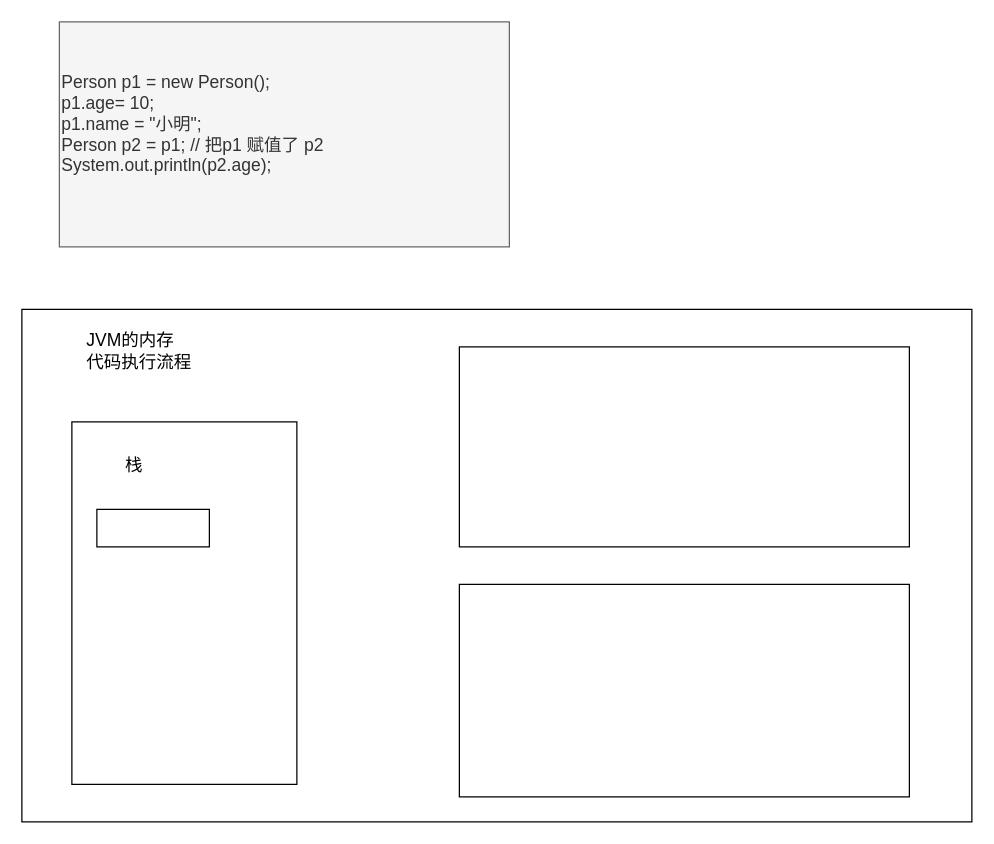
jiaong/image keeps this draw.io diagram as Pictures/类与对象.drawio. Above is the earlier version. Source tidied: cells renumbered, new cells numbered last; positions are measured from the earlier drawing's top-left corner, leaving out a move shared by most shapes. Both pictures are drawn from the tidied source at 125%, with x=0, y=0 at pixel (21, 21).
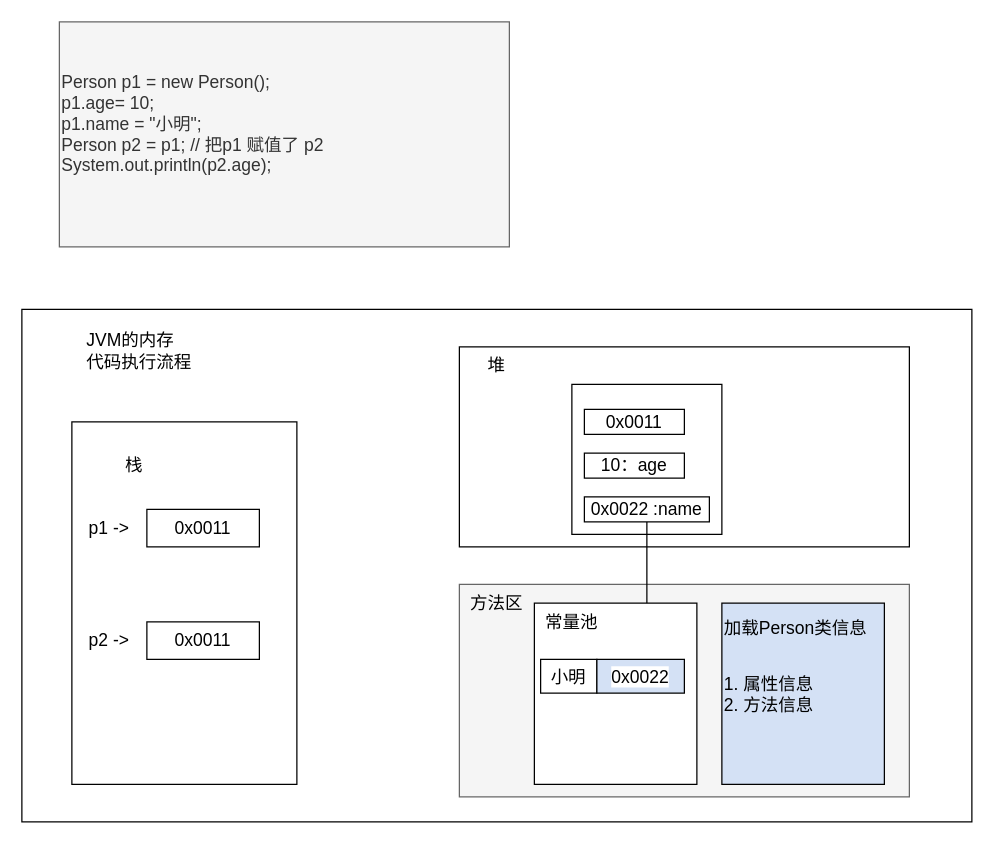
After the change.

Commit message:
更新类与对象.drawio

What changed in the source:
```diff
@@
-    <mxCell id="6" style="rounded=0;whiteSpace=wrap;html=1;fontSize=14;" parent="1" vertex="1">
+    <mxCell id="6" style="rounded=0;whiteSpace=wrap;html=1;fontSize=14;fillColor=#f5f5f5;fontColor=#333333;strokeColor=#666666;" parent="1" vertex="1">
       <mxGeometry x="350" y="450" width="360" height="170" as="geometry" />
     </mxCell>
@@
-    <mxCell id="9" style="rounded=0;whiteSpace=wrap;html=1;fontSize=14;" parent="1" vertex="1">
-      <mxGeometry x="60" y="390" width="90" height="30" as="geometry" />
+    <mxCell id="9" value="0x0011" style="rounded=0;whiteSpace=wrap;html=1;fontSize=14;" parent="1" vertex="1">
+      <mxGeometry x="100" y="390" width="90" height="30" as="geometry" />
     </mxCell>
+    <mxCell id="10" value="p1 -&amp;gt;" style="text;html=1;strokeColor=none;fillColor=none;align=center;verticalAlign=middle;whiteSpace=wrap;rounded=0;fontSize=14;" parent="1" vertex="1">
+      <mxGeometry x="40" y="390" width="60" height="30" as="geometry" />
+    </mxCell>
+    <mxCell id="11" value="p2 -&amp;gt;" style="text;html=1;strokeColor=none;fillColor=none;align=center;verticalAlign=middle;whiteSpace=wrap;rounded=0;fontSize=14;" parent="1" vertex="1">
+      <mxGeometry x="40" y="480" width="60" height="30" as="geometry" />
+    </mxCell>
+    <mxCell id="12" value="0x0011" style="rounded=0;whiteSpace=wrap;html=1;fontSize=14;" parent="1" vertex="1">
+      <mxGeometry x="100" y="480" width="90" height="30" as="geometry" />
+    </mxCell>
+    <mxCell id="13" value="堆" style="text;html=1;strokeColor=none;fillColor=none;align=center;verticalAlign=middle;whiteSpace=wrap;rounded=0;fontSize=14;" parent="1" vertex="1">
+      <mxGeometry x="350" y="260" width="60" height="30" as="geometry" />
+    </mxCell>
+    <mxCell id="14" style="rounded=0;whiteSpace=wrap;html=1;fontSize=14;" parent="1" vertex="1">
+      <mxGeometry x="440" y="290" width="120" height="120" as="geometry" />
+    </mxCell>
+    <mxCell id="15" value="方法区&lt;br&gt;" style="text;html=1;strokeColor=none;fillColor=none;align=center;verticalAlign=middle;whiteSpace=wrap;rounded=0;fontSize=14;" parent="1" vertex="1">
+      <mxGeometry x="350" y="450" width="60" height="30" as="geometry" />
+    </mxCell>
+    <mxCell id="16" value="0x0011" style="rounded=0;whiteSpace=wrap;html=1;fontSize=14;" parent="1" vertex="1">
+      <mxGeometry x="450" y="310" width="80" height="20" as="geometry" />
+    </mxCell>
+    <mxCell id="17" value="10：age" style="rounded=0;whiteSpace=wrap;html=1;fontSize=14;" parent="1" vertex="1">
+      <mxGeometry x="450" y="345" width="80" height="20" as="geometry" />
+    </mxCell>
+    <mxCell id="18" style="edgeStyle=orthogonalEdgeStyle;rounded=0;jettySize=auto;html=1;exitX=0.5;exitY=1;exitDx=0;exitDy=0;fontSize=14;strokeWidth=1;jumpStyle=sharp;" parent="1" edge="1" source="19" target="26">
+      <mxGeometry relative="1" as="geometry">
+        <Array as="points">
+          <mxPoint x="500" y="480" />
+          <mxPoint x="500" y="480" />
+        </Array>
+      </mxGeometry>
+    </mxCell>
+    <mxCell id="19" value="0x0022 :name" style="rounded=0;whiteSpace=wrap;html=1;fontSize=14;" parent="1" vertex="1">
+      <mxGeometry x="450" y="380" width="100" height="20" as="geometry" />
+    </mxCell>
+    <mxCell id="20" style="rounded=0;whiteSpace=wrap;html=1;fontSize=14;" parent="1" vertex="1">
+      <mxGeometry x="410" y="465" width="130" height="145" as="geometry" />
+    </mxCell>
+    <mxCell id="21" style="rounded=0;whiteSpace=wrap;html=1;fontSize=14;labelBackgroundColor=default;fillColor=#D4E1F5;" parent="1" vertex="1">
+      <mxGeometry x="560" y="465" width="130" height="145" as="geometry" />
+    </mxCell>
+    <mxCell id="22" value="加载Person类信息" style="text;html=1;strokeColor=none;fillColor=none;align=left;verticalAlign=middle;whiteSpace=wrap;rounded=0;fontSize=14;" parent="1" vertex="1">
+      <mxGeometry x="560" y="470" width="120" height="30" as="geometry" />
+    </mxCell>
+    <mxCell id="23" value="1. 属性信息&lt;br&gt;2. 方法信息" style="text;html=1;strokeColor=none;fillColor=none;align=left;verticalAlign=middle;whiteSpace=wrap;rounded=0;fontSize=14;" parent="1" vertex="1">
+      <mxGeometry x="560" y="523" width="110" height="30" as="geometry" />
+    </mxCell>
+    <mxCell id="24" value="常量池" style="text;html=1;strokeColor=none;fillColor=none;align=center;verticalAlign=middle;whiteSpace=wrap;rounded=0;labelBackgroundColor=default;fontSize=14;" parent="1" vertex="1">
+      <mxGeometry x="410" y="465" width="60" height="30" as="geometry" />
+    </mxCell>
+    <mxCell id="25" value="小明" style="rounded=0;whiteSpace=wrap;html=1;labelBackgroundColor=default;fontSize=14;fillColor=#FFFFFF;" parent="1" vertex="1">
+      <mxGeometry x="415" y="510" width="45" height="27" as="geometry" />
+    </mxCell>
+    <mxCell id="26" value="0x0022" style="rounded=0;whiteSpace=wrap;html=1;labelBackgroundColor=default;fontSize=14;fillColor=#D4E1F5;" parent="1" vertex="1">
+      <mxGeometry x="460" y="510" width="70" height="27" as="geometry" />
+    </mxCell>
```
